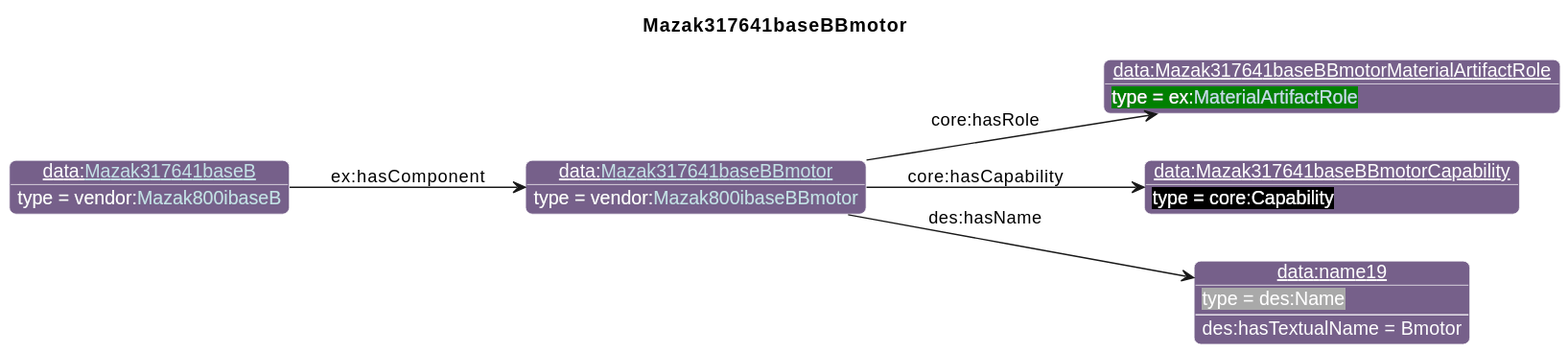
The PlantUML diagram diagrams/Mazak317641baseBBmotor.svg in iofoundry/example-syseng-mtconnect, before a commit.
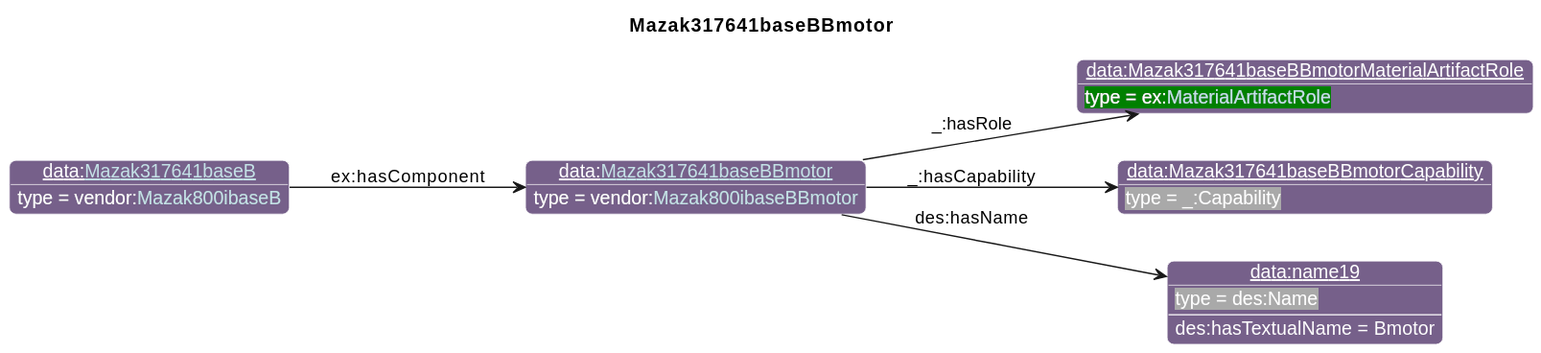
After the commit.

Change to the diagram source:
```diff
@@ -27,11 +27,11 @@
       }
 individual(o0, data:[[./Mazak317641baseBBmotor.html Mazak317641baseBBmotor]], vendor:[[../Mazak.html#Mazak800ibaseBBmotor Mazak800ibaseBBmotor]])
 individual(o1, data:Mazak317641baseBBmotorMaterialArtifactRole, ex:[[../Example.html#MaterialArtifactRole MaterialArtifactRole]])
-individual(o2, data:Mazak317641baseBBmotorCapability, core:Capability)
+individual(o2, data:Mazak317641baseBBmotorCapability, _:Capability)
 individual(o3, data:name19, des:Name)
 individual(o4, data:[[./Mazak317641baseB.html Mazak317641baseB]], vendor:[[../Mazak.html#Mazak800ibaseB Mazak800ibaseB]])
-property(o0, "core:hasRole", o1)
-property(o0, "core:hasCapability", o2)
+property(o0, "_:hasRole", o1)
+property(o0, "_:hasCapability", o2)
 property(o0, "des:hasName", o3)
 data(o3, "des:hasTextualName", "Bmotor")
 property(o4, "ex:hasComponent", o0)
```
